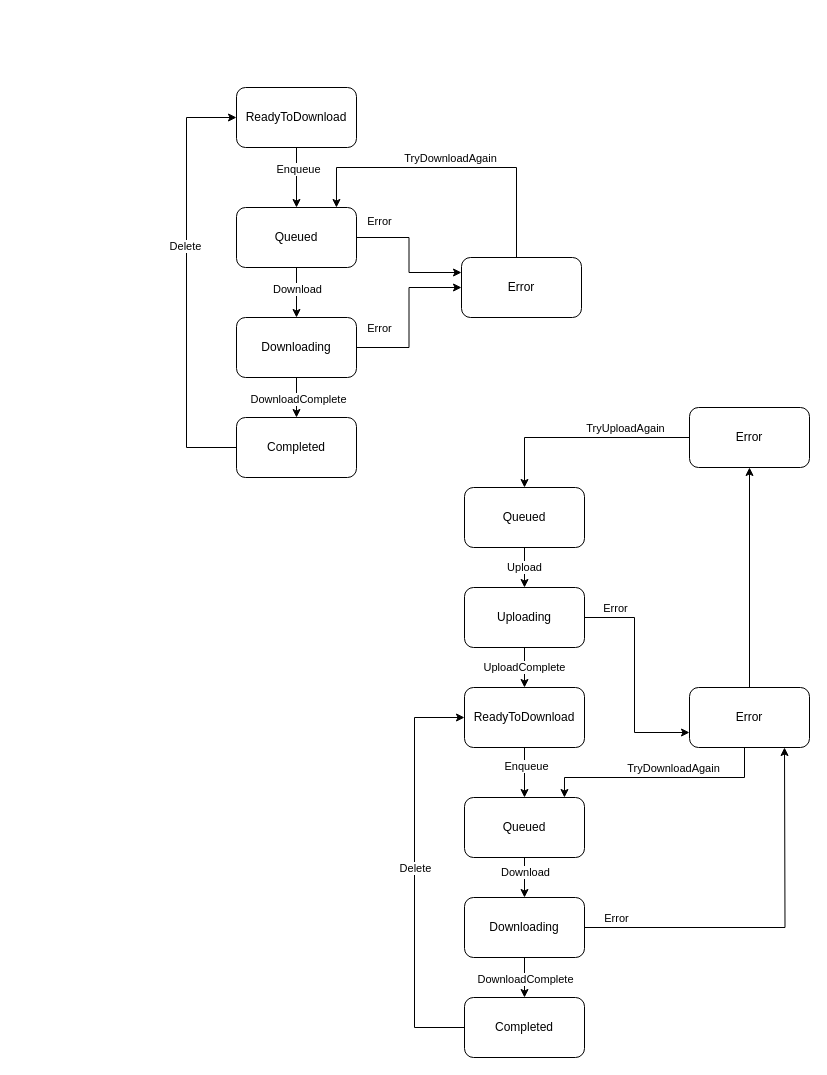
This is FileTransferStates.drawio from loginovao/Diagrams, a draw.io file, before an edit. Source tidied: cells renumbered, new cells numbered last; positions are measured from the earlier drawing's top-left corner, leaving out a move shared by most shapes. Both pictures are drawn from the tidied source at 100%, with x=0, y=0 at pixel (186, 87).
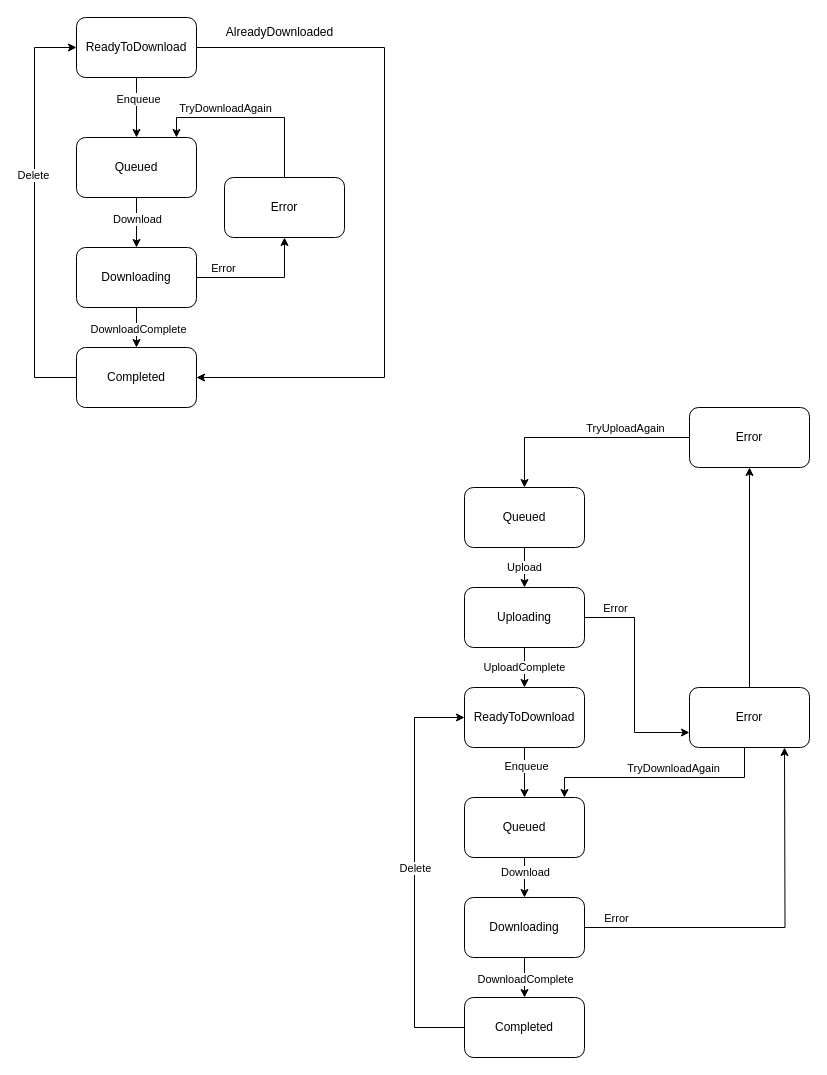
The same page after the edit.

Diff of the diagram source:
```diff
@@
+    <mxCell id="50" style="edgeStyle=orthogonalEdgeStyle;rounded=0;jettySize=auto;html=1;exitX=1;exitY=0.5;exitDx=0;exitDy=0;entryX=1;entryY=0.5;entryDx=0;entryDy=0;" parent="2" edge="1" source="5" target="18">
+      <mxGeometry relative="1" as="geometry">
+        <Array as="points">
+          <mxPoint x="198" y="-40" />
+          <mxPoint x="198" y="290" />
+        </Array>
+      </mxGeometry>
+    </mxCell>
     <mxCell id="5" value="ReadyToDownload" style="rounded=1;whiteSpace=wrap;html=1;" parent="2" vertex="1">
-      <mxGeometry x="50" width="120" height="60" as="geometry" />
+      <mxGeometry x="-110" y="-70" width="120" height="60" as="geometry" />
     </mxCell>
@@
-    <mxCell id="8" style="edgeStyle=orthogonalEdgeStyle;rounded=0;jettySize=auto;html=1;entryX=0;entryY=0.25;entryDx=0;entryDy=0;" parent="2" edge="1" source="10" target="21">
-      <mxGeometry relative="1" as="geometry" />
-    </mxCell>
-    <mxCell id="9" value="Error" style="edgeLabel;html=1;align=center;verticalAlign=middle;" parent="8" vertex="1">
-      <mxGeometry x="-0.17" y="-1" relative="1" as="geometry">
-        <mxPoint x="-29" y="-22" as="offset" />
-      </mxGeometry>
-    </mxCell>
     <mxCell id="10" value="Queued" style="rounded=1;whiteSpace=wrap;html=1;" parent="2" vertex="1">
-      <mxGeometry x="50" y="120" width="120" height="60" as="geometry" />
+      <mxGeometry x="-110" y="50" width="120" height="60" as="geometry" />
     </mxCell>
@@
-    <mxCell id="13" style="edgeStyle=orthogonalEdgeStyle;rounded=0;jettySize=auto;html=1;exitX=1;exitY=0.5;exitDx=0;exitDy=0;entryX=0;entryY=0.5;entryDx=0;entryDy=0;" parent="2" edge="1" source="15" target="21">
+    <mxCell id="13" style="edgeStyle=orthogonalEdgeStyle;rounded=0;jettySize=auto;html=1;exitX=1;exitY=0.5;exitDx=0;exitDy=0;entryX=0.5;entryY=1;entryDx=0;entryDy=0;" parent="2" edge="1" source="15" target="21">
       <mxGeometry relative="1" as="geometry" />
     </mxCell>
     <mxCell id="14" value="Error" style="edgeLabel;html=1;align=center;verticalAlign=middle;" parent="13" vertex="1">
       <mxGeometry x="-0.15" y="1" relative="1" as="geometry">
-        <mxPoint x="-29" y="-2" as="offset" />
+        <mxPoint x="-28" y="-9" as="offset" />
       </mxGeometry>
     </mxCell>
     <mxCell id="15" value="Downloading" style="rounded=1;whiteSpace=wrap;html=1;" parent="2" vertex="1">
-      <mxGeometry x="50" y="230" width="120" height="60" as="geometry" />
+      <mxGeometry x="-110" y="160" width="120" height="60" as="geometry" />
     </mxCell>
     <mxCell id="16" style="edgeStyle=orthogonalEdgeStyle;rounded=0;jettySize=auto;html=1;exitX=0;exitY=0.5;exitDx=0;exitDy=0;entryX=0;entryY=0.5;entryDx=0;entryDy=0;" parent="2" edge="1" source="18" target="5">
       <mxGeometry relative="1" as="geometry">
         <Array as="points">
-          <mxPoint y="360" />
-          <mxPoint y="30" />
+          <mxPoint x="-152" y="290" />
+          <mxPoint x="-152" y="-40" />
         </Array>
       </mxGeometry>
     </mxCell>
@@
     <mxCell id="18" value="Completed" style="rounded=1;whiteSpace=wrap;html=1;" parent="2" vertex="1">
-      <mxGeometry x="50" y="330" width="120" height="60" as="geometry" />
+      <mxGeometry x="-110" y="260" width="120" height="60" as="geometry" />
     </mxCell>
-    <mxCell id="19" style="edgeStyle=orthogonalEdgeStyle;rounded=0;jettySize=auto;html=1;entryX=0.833;entryY=0;entryDx=0;entryDy=0;entryPerimeter=0;" parent="2" edge="1" source="21" target="10">
+    <mxCell id="19" style="edgeStyle=orthogonalEdgeStyle;rounded=0;jettySize=auto;html=1;entryX=0.833;entryY=0;entryDx=0;entryDy=0;entryPerimeter=0;exitX=0.5;exitY=0;exitDx=0;exitDy=0;" parent="2" edge="1" source="21" target="10">
       <mxGeometry relative="1" as="geometry">
         <Array as="points">
-          <mxPoint x="330" y="80" />
-          <mxPoint x="150" y="80" />
+          <mxPoint x="98" y="30" />
+          <mxPoint x="-10" y="30" />
         </Array>
       </mxGeometry>
     </mxCell>
     <mxCell id="20" value="TryDownloadAgain" style="edgeLabel;html=1;align=center;verticalAlign=middle;" parent="19" vertex="1">
       <mxGeometry x="0.36" y="1" relative="1" as="geometry">
-        <mxPoint x="54" y="-11" as="offset" />
+        <mxPoint x="8" y="-11" as="offset" />
       </mxGeometry>
     </mxCell>
     <mxCell id="21" value="Error" style="rounded=1;whiteSpace=wrap;html=1;" parent="2" vertex="1">
-      <mxGeometry x="275" y="170" width="120" height="60" as="geometry" />
+      <mxGeometry x="38" y="90" width="120" height="60" as="geometry" />
     </mxCell>
@@
+    <mxCell id="51" value="AlreadyDownloaded" style="text;html=1;align=center;verticalAlign=middle;strokeColor=none;fillColor=none;" parent="22" vertex="1">
+      <mxGeometry x="28" y="-70" width="130" height="30" as="geometry" />
+    </mxCell>
```
